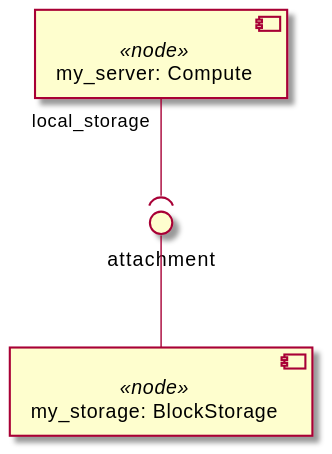
This is examples/ariatosca/diagrams/uml2/block-storage-1-1.0-uml2-component-diagram1.svg from Orange-OpenSource/Cloudnet-TOSCA-toolbox, a PlantUML export, as it was before one commit. The source it was exported from:
```plantuml
@startuml
skinparam componentStyle uml2

component "my_server: Compute" <<node>> as node_my_server

component "my_storage: BlockStorage" <<node>> as node_my_storage

interface "attachment" as node_my_storage_attachment
node_my_storage_attachment -- node_my_storage
node_my_server "local_storage" --( node_my_storage_attachment
@enduml
```
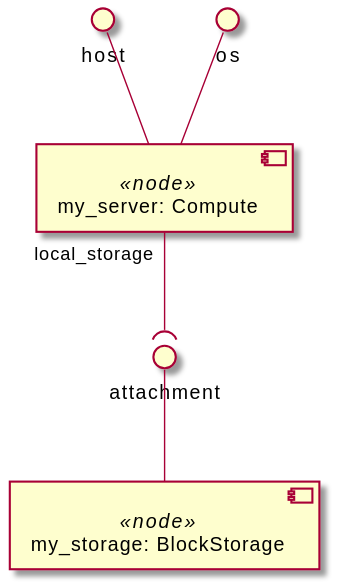
The same diagram one commit later.

Change to the diagram source:
```diff
@@ -2,10 +2,14 @@
 skinparam componentStyle uml2
 
 component "my_server: Compute" <<node>> as node_my_server
+interface "host" as node_my_server_host
+node_my_server_host -- node_my_server
+interface "os" as node_my_server_os
+node_my_server_os -- node_my_server
 
 component "my_storage: BlockStorage" <<node>> as node_my_storage
-
 interface "attachment" as node_my_storage_attachment
 node_my_storage_attachment -- node_my_storage
+
 node_my_server "local_storage" --( node_my_storage_attachment
 @enduml
```
